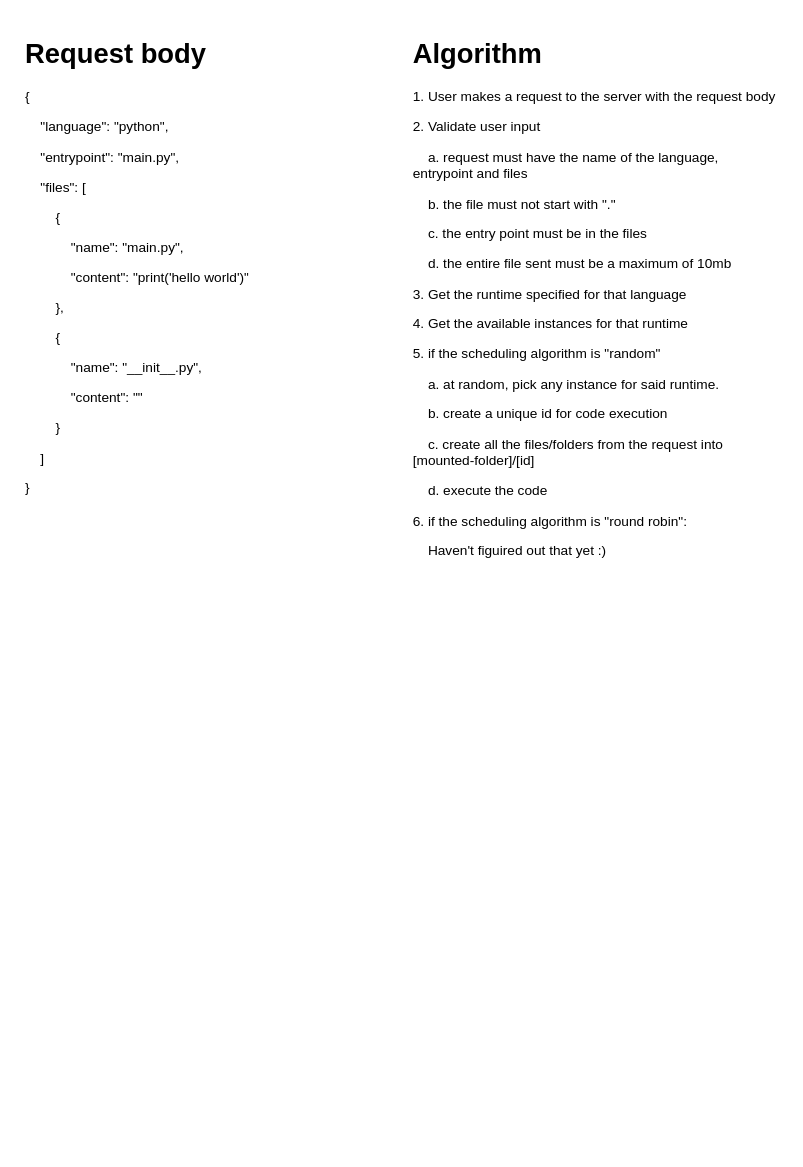
This is page "Code Execution" (3 of 3) of design.drawio from The-Flash/code-racer, a draw.io file, before an edit. Source tidied: cells renumbered, new cells numbered last; positions are measured from the earlier drawing's top-left corner, leaving out a move shared by most shapes. Both pictures are drawn from the tidied source at 114%, with x=0, y=0 at pixel (19, 31).
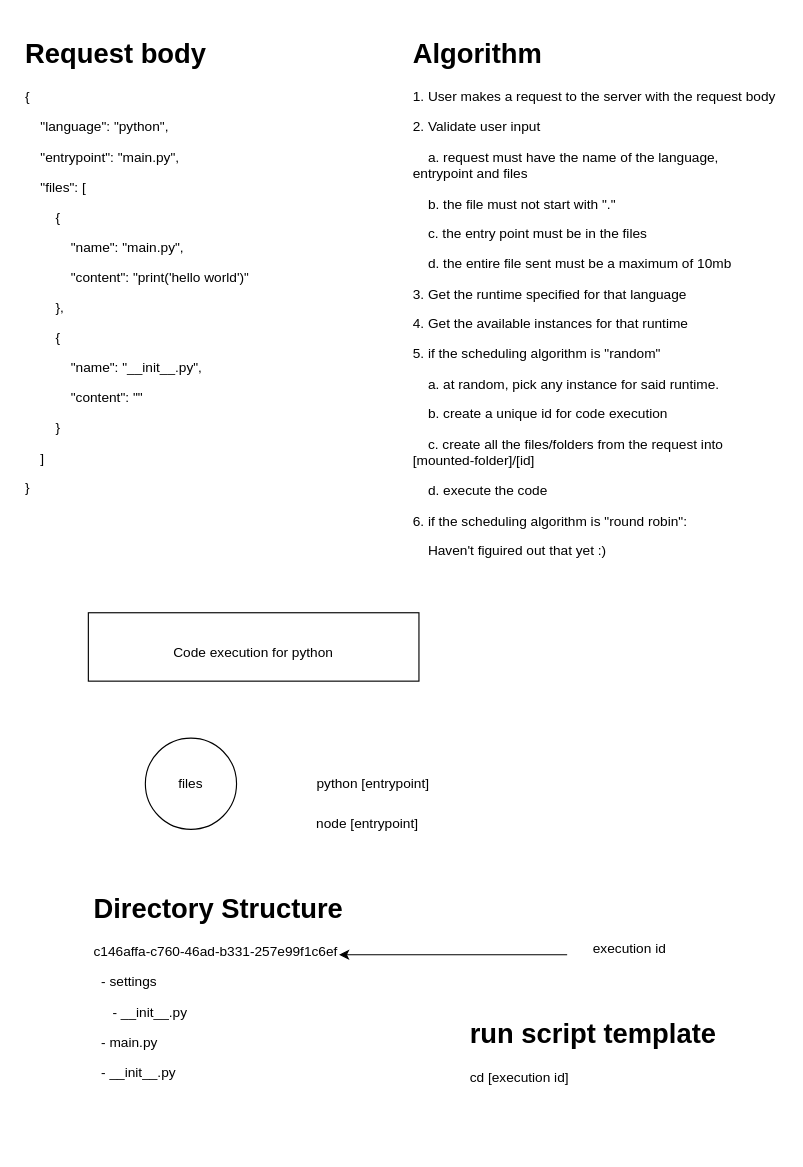
The same diagram, later.

Commit message (it also covers changes not shown here):
feat: runners for python and node

Diff of the diagram source:
```diff
@@
 <mxGraphModel>
   <root>
     <mxCell id="0" />
     <mxCell id="1" parent="0" />
     <mxCell id="2" value="&lt;h1&gt;Request body&lt;/h1&gt;&lt;p&gt;{&lt;/p&gt;&lt;p&gt;&amp;nbsp; &amp;nbsp; &quot;language&quot;: &quot;python&quot;,&lt;/p&gt;&lt;p&gt;&amp;nbsp; &amp;nbsp; &quot;entrypoint&quot;: &quot;main.py&quot;,&lt;/p&gt;&lt;p&gt;&amp;nbsp; &amp;nbsp; &quot;files&quot;: [&lt;/p&gt;&lt;p&gt;&amp;nbsp; &amp;nbsp; &amp;nbsp; &amp;nbsp; {&lt;/p&gt;&lt;p&gt;&amp;nbsp; &amp;nbsp; &amp;nbsp; &amp;nbsp; &amp;nbsp; &amp;nbsp; &quot;name&quot;: &quot;main.py&quot;,&lt;/p&gt;&lt;p&gt;&amp;nbsp; &amp;nbsp; &amp;nbsp; &amp;nbsp; &amp;nbsp; &amp;nbsp; &quot;content&quot;: &quot;print('hello world')&quot;&lt;/p&gt;&lt;p&gt;&amp;nbsp; &amp;nbsp; &amp;nbsp; &amp;nbsp; },&lt;/p&gt;&lt;p&gt;&amp;nbsp; &amp;nbsp; &amp;nbsp; &amp;nbsp; {&lt;/p&gt;&lt;p&gt;&amp;nbsp; &amp;nbsp; &amp;nbsp; &amp;nbsp; &amp;nbsp; &amp;nbsp; &quot;name&quot;: &quot;__init__.py&quot;,&lt;/p&gt;&lt;p&gt;&amp;nbsp; &amp;nbsp; &amp;nbsp; &amp;nbsp; &amp;nbsp; &amp;nbsp; &quot;content&quot;: &quot;&quot;&lt;/p&gt;&lt;p&gt;&amp;nbsp; &amp;nbsp; &amp;nbsp; &amp;nbsp; }&lt;/p&gt;&lt;p&gt;&amp;nbsp; &amp;nbsp; ]&lt;/p&gt;&lt;p&gt;}&lt;/p&gt;" style="text;html=1;strokeColor=none;fillColor=none;spacing=5;spacingTop=-20;whiteSpace=wrap;overflow=hidden;rounded=0;" parent="1" vertex="1">
       <mxGeometry width="280" height="440" as="geometry" />
     </mxCell>
     <mxCell id="3" value="&lt;h1&gt;Algorithm&lt;/h1&gt;&lt;p&gt;1. User makes a request to the server with the request body&lt;/p&gt;&lt;p&gt;2. Validate user input&lt;/p&gt;&lt;p&gt;&amp;nbsp; &amp;nbsp; a. request must have the name of the language, entrypoint and files&lt;/p&gt;&lt;p&gt;&amp;nbsp; &amp;nbsp; b. the file must not start with &quot;.&quot;&lt;/p&gt;&lt;p&gt;&amp;nbsp; &amp;nbsp; c. the entry point must be in the files&lt;/p&gt;&lt;p&gt;&amp;nbsp; &amp;nbsp; d. the entire file sent must be a maximum of 10mb&lt;/p&gt;&lt;p&gt;3. Get the runtime specified for that language&lt;/p&gt;&lt;p&gt;4. Get the available instances for that runtime&lt;/p&gt;&lt;p&gt;5. if the scheduling algorithm is &quot;random&quot;&lt;/p&gt;&lt;p&gt;&amp;nbsp; &amp;nbsp; a. at random, pick any instance for said runtime.&lt;/p&gt;&lt;p&gt;&amp;nbsp; &amp;nbsp; b. create a unique id for code execution&lt;/p&gt;&lt;p&gt;&amp;nbsp; &amp;nbsp; c. create all the files/folders from the request into [mounted-folder]/[id]&lt;/p&gt;&lt;p&gt;&amp;nbsp; &amp;nbsp; d. execute the code&lt;/p&gt;&lt;p&gt;6. if the scheduling algorithm is &quot;round robin&quot;:&lt;/p&gt;&lt;p&gt;&amp;nbsp; &amp;nbsp; Haven't figuired out that yet :)&lt;/p&gt;&lt;p&gt;&lt;br&gt;&lt;/p&gt;" style="text;html=1;strokeColor=none;fillColor=none;spacing=5;spacingTop=-20;whiteSpace=wrap;overflow=hidden;rounded=0;" parent="1" vertex="1">
       <mxGeometry x="340" width="330" height="480" as="geometry" />
     </mxCell>
+    <mxCell id="4" style="rounded=0;whiteSpace=wrap;html=1;" parent="1" vertex="1">
+      <mxGeometry x="60" y="510" width="290" height="60" as="geometry" />
+    </mxCell>
+    <mxCell id="5" value="Code execution for python" style="text;html=1;strokeColor=none;fillColor=none;align=center;verticalAlign=middle;whiteSpace=wrap;rounded=0;" parent="1" vertex="1">
+      <mxGeometry x="125" y="530" width="160" height="30" as="geometry" />
+    </mxCell>
+    <mxCell id="6" value="files" style="ellipse;whiteSpace=wrap;html=1;" parent="1" vertex="1">
+      <mxGeometry x="110" y="620" width="80" height="80" as="geometry" />
+    </mxCell>
+    <mxCell id="7" value="python [entrypoint]" style="text;html=1;strokeColor=none;fillColor=none;align=center;verticalAlign=middle;whiteSpace=wrap;rounded=0;" parent="1" vertex="1">
+      <mxGeometry x="240" y="645" width="140" height="30" as="geometry" />
+    </mxCell>
+    <mxCell id="8" value="node [entrypoint]" style="text;html=1;strokeColor=none;fillColor=none;align=center;verticalAlign=middle;whiteSpace=wrap;rounded=0;" parent="1" vertex="1">
+      <mxGeometry x="240" y="680" width="130" height="30" as="geometry" />
+    </mxCell>
+    <mxCell id="9" value="&lt;h1&gt;Directory Structure&lt;/h1&gt;&lt;p&gt;c146affa-c760-46ad-b331-257e99f1c6ef&lt;/p&gt;&lt;p&gt;&amp;nbsp; - settings&lt;/p&gt;&lt;p&gt;&amp;nbsp; &amp;nbsp; &amp;nbsp;- __init__.py&lt;/p&gt;&lt;p&gt;&amp;nbsp; - main.py&lt;/p&gt;&lt;p&gt;&amp;nbsp; - __init__.py&lt;/p&gt;&lt;p&gt;&lt;br&gt;&lt;/p&gt;" style="text;html=1;strokeColor=none;fillColor=none;spacing=5;spacingTop=-20;whiteSpace=wrap;overflow=hidden;rounded=0;" parent="1" vertex="1">
+      <mxGeometry x="60" y="750" width="300" height="190" as="geometry" />
+    </mxCell>
+    <mxCell id="10" style="endArrow=classic;html=1;entryX=0.733;entryY=0.316;entryDx=0;entryDy=0;entryPerimeter=0;" parent="1" edge="1" target="9">
+      <mxGeometry relative="1" as="geometry">
+        <mxPoint x="480" y="810" as="sourcePoint" />
+      </mxGeometry>
+    </mxCell>
+    <mxCell id="11" value="execution id" style="text;html=1;strokeColor=none;fillColor=none;align=center;verticalAlign=middle;whiteSpace=wrap;rounded=0;" parent="1" vertex="1">
+      <mxGeometry x="490" y="790" width="90" height="30" as="geometry" />
+    </mxCell>
+    <mxCell id="12" value="&lt;h1&gt;run script template&lt;/h1&gt;&lt;p&gt;cd [execution id]&lt;/p&gt;&lt;p&gt;&lt;br&gt;&lt;/p&gt;" style="text;html=1;strokeColor=none;fillColor=none;spacing=5;spacingTop=-20;whiteSpace=wrap;overflow=hidden;rounded=0;" parent="1" vertex="1">
+      <mxGeometry x="390" y="860" width="270" height="120" as="geometry" />
+    </mxCell>
   </root>
 </mxGraphModel>
```
